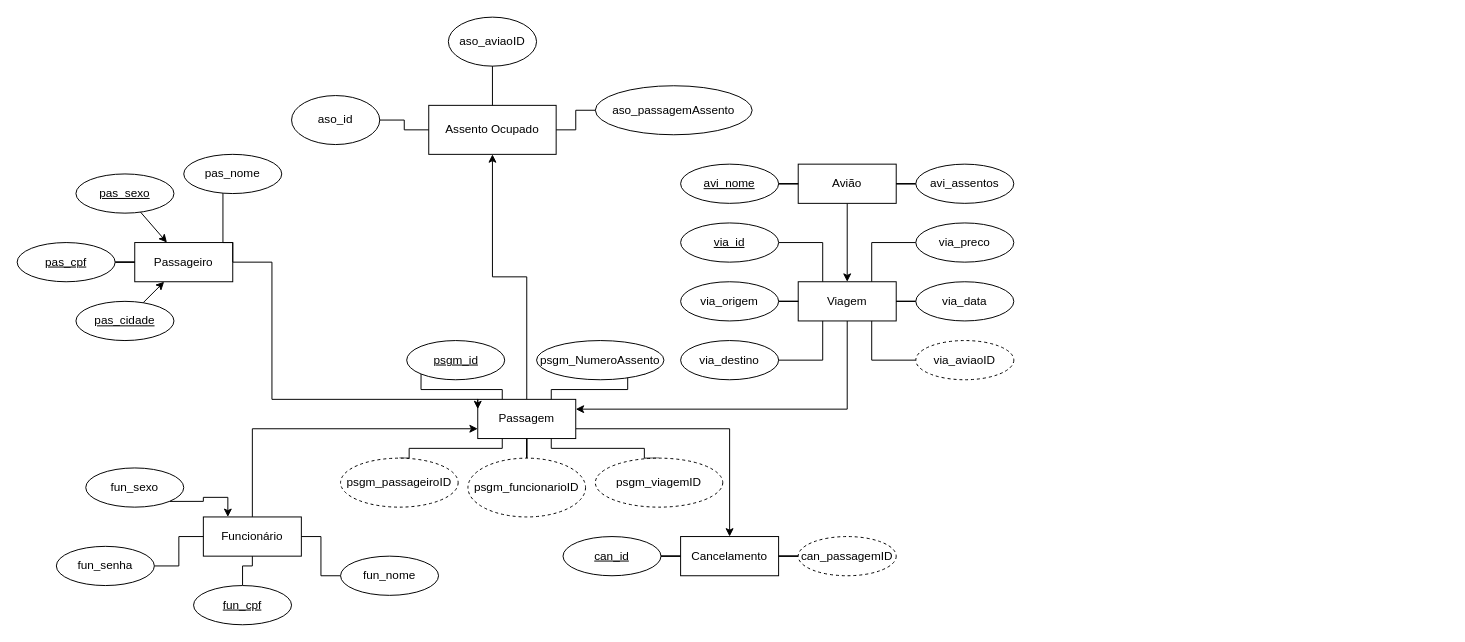
Above: Documentos/AeroDevDiagrama-v03.drawio in luan-adao/AeroDev01 (draw.io), before the change. Source tidied: cells renumbered, new cells numbered last; positions are measured from the earlier drawing's top-left corner, leaving out a move shared by most shapes. Both pictures are drawn from the tidied source at 98%, with x=0, y=0 at pixel (17, 17).
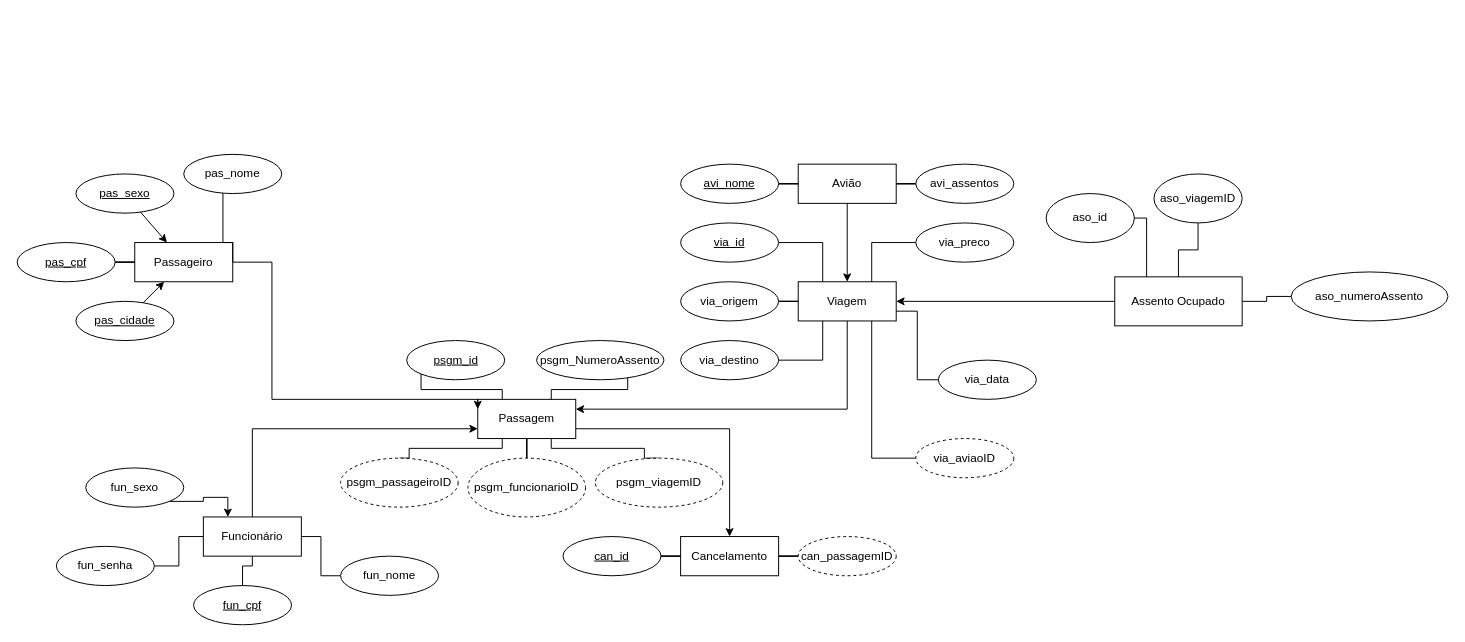
After the change.

Unchanged cells that the change refers to:
```xml
<mxCell id="4" value="Passagem" style="whiteSpace=wrap;html=1;align=center;" parent="1" vertex="1">
  <mxGeometry x="470" y="390" width="100" height="40" as="geometry" />
</mxCell>
<mxCell id="10" value="Viagem" style="whiteSpace=wrap;html=1;align=center;" parent="1" vertex="1">
  <mxGeometry x="797" y="270" width="100" height="40" as="geometry" />
</mxCell>
```

The edit, as a diff of the source:
```diff
@@
-    <mxCell id="3" style="edgeStyle=orthogonalEdgeStyle;rounded=0;jettySize=auto;html=1;exitX=0.5;exitY=0;exitDx=0;exitDy=0;entryX=0.5;entryY=1;entryDx=0;entryDy=0;" parent="1" edge="1" source="4" target="59">
-      <mxGeometry relative="1" as="geometry" />
-    </mxCell>
@@
     <mxCell id="20" value="via_aviaoID" style="ellipse;whiteSpace=wrap;html=1;align=center;dashed=1;" parent="1" vertex="1">
-      <mxGeometry x="917" y="330" width="100" height="40" as="geometry" />
+      <mxGeometry x="917" y="430" width="100" height="40" as="geometry" />
     </mxCell>
-    <mxCell id="21" style="edgeStyle=orthogonalEdgeStyle;rounded=0;jettySize=auto;html=1;entryX=1;entryY=0.5;entryDx=0;entryDy=0;endArrow=none;endFill=0;" parent="1" edge="1" source="22" target="10">
-      <mxGeometry relative="1" as="geometry" />
-    </mxCell>
     <mxCell id="22" value="via_data" style="ellipse;whiteSpace=wrap;html=1;align=center;" parent="1" vertex="1">
-      <mxGeometry x="917" y="270" width="100" height="40" as="geometry" />
+      <mxGeometry x="940" y="350" width="100" height="40" as="geometry" />
     </mxCell>
@@
     <mxCell id="58" value="aso_id" style="ellipse;whiteSpace=wrap;html=1;" parent="1" vertex="1">
-      <mxGeometry x="280" y="80" width="90" height="50" as="geometry" />
+      <mxGeometry x="1050" y="180" width="90" height="50" as="geometry" />
     </mxCell>
     <mxCell id="59" value="Assento Ocupado" style="rounded=0;whiteSpace=wrap;html=1;" parent="1" vertex="1">
-      <mxGeometry x="420" y="90" width="130" height="50" as="geometry" />
+      <mxGeometry x="1120" y="265" width="130" height="50" as="geometry" />
     </mxCell>
-    <mxCell id="60" value="aso_aviaoID" style="ellipse;whiteSpace=wrap;html=1;" parent="1" vertex="1">
-      <mxGeometry x="440" width="90" height="50" as="geometry" />
+    <mxCell id="60" value="aso_viagemID" style="ellipse;whiteSpace=wrap;html=1;" parent="1" vertex="1">
+      <mxGeometry x="1160" y="160" width="90" height="50" as="geometry" />
     </mxCell>
-    <mxCell id="61" value="aso_passagemAssento" style="ellipse;whiteSpace=wrap;html=1;" parent="1" vertex="1">
-      <mxGeometry x="590" y="70" width="160" height="50" as="geometry" />
+    <mxCell id="61" value="aso_numeroAssento" style="ellipse;whiteSpace=wrap;html=1;" parent="1" vertex="1">
+      <mxGeometry x="1300" y="260" width="160" height="50" as="geometry" />
     </mxCell>
@@
-    <mxCell id="63" style="endArrow=none;html=1;rounded=0;edgeStyle=orthogonalEdgeStyle;entryX=1;entryY=0.5;entryDx=0;entryDy=0;exitX=0;exitY=0.5;exitDx=0;exitDy=0;" parent="1" edge="1" source="59" target="58">
+    <mxCell id="63" style="endArrow=none;html=1;rounded=0;edgeStyle=orthogonalEdgeStyle;entryX=1;entryY=0.5;entryDx=0;entryDy=0;exitX=0.25;exitY=0;exitDx=0;exitDy=0;" parent="1" edge="1" source="59" target="58">
       <mxGeometry relative="1" as="geometry" />
     </mxCell>
@@
+    <mxCell id="21" style="endArrow=none;html=1;rounded=0;edgeStyle=orthogonalEdgeStyle;exitX=0;exitY=0.5;exitDx=0;exitDy=0;entryX=1;entryY=0.75;entryDx=0;entryDy=0;" parent="1" edge="1" source="22" target="10">
+      <mxGeometry relative="1" as="geometry" />
+    </mxCell>
+    <mxCell id="67" style="endArrow=classic;html=1;rounded=0;edgeStyle=orthogonalEdgeStyle;exitX=0;exitY=0.5;exitDx=0;exitDy=0;entryX=1;entryY=0.5;entryDx=0;entryDy=0;" parent="1" edge="1" source="59" target="10">
+      <mxGeometry relative="1" as="geometry" />
+    </mxCell>
```
